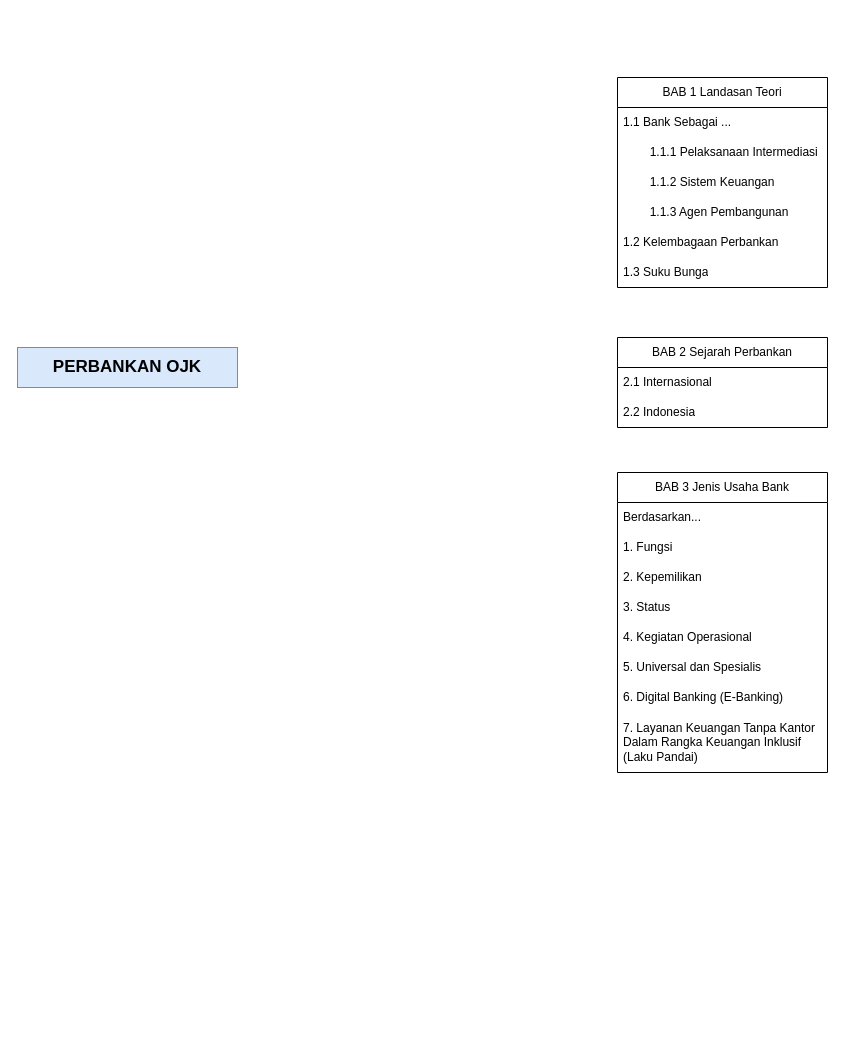
Above: Untitled Diagram.drawio in syahidamd26/perbankan (draw.io), before the change. Source tidied: cells renumbered, new cells numbered last; positions are measured from the earlier drawing's top-left corner, leaving out a move shared by most shapes. Both pictures are drawn from the tidied source at 100%, with x=0, y=0 at pixel (17, 77).
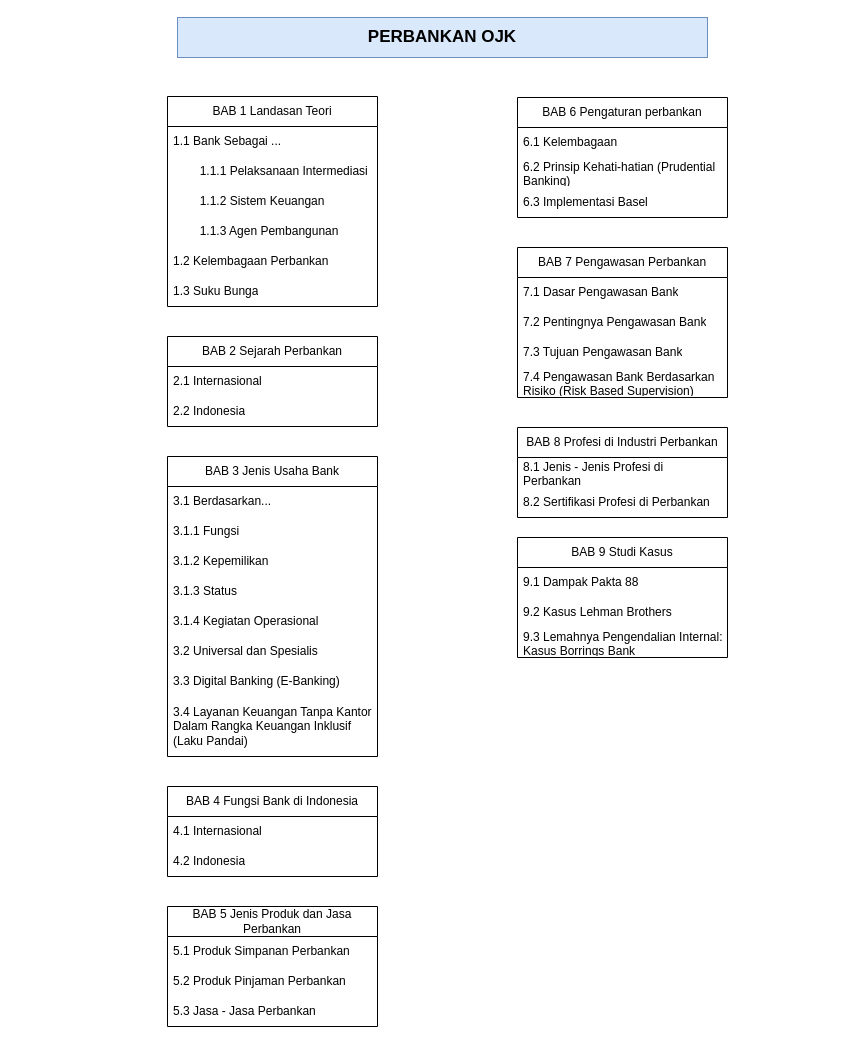
The same page after the edit.

The edit, as a diff of the source:
```diff
@@
     <mxCell id="2" value="&lt;b&gt;&lt;font style=&quot;font-size: 17px;&quot;&gt;PERBANKAN OJK&lt;/font&gt;&lt;/b&gt;" style="text;html=1;align=center;verticalAlign=middle;whiteSpace=wrap;rounded=0;fillColor=#dae8fc;strokeColor=#6c8ebf;" parent="1" vertex="1">
-      <mxGeometry y="270" width="220" height="40" as="geometry" />
+      <mxGeometry x="160" y="-60" width="530" height="40" as="geometry" />
     </mxCell>
+    <mxCell id="22" value="BAB 6 Pengaturan perbankan" style="swimlane;fontStyle=0;horizontal=1;startSize=30;whiteSpace=wrap;html=1;" parent="1" vertex="1">
+      <mxGeometry x="500" y="20" width="210" height="120" as="geometry" />
+    </mxCell>
+    <mxCell id="23" value="6.1 Kelembagaan" style="text;strokeColor=none;fillColor=none;align=left;verticalAlign=middle;spacingLeft=4;spacingRight=4;overflow=hidden;whiteSpace=wrap;html=1;" parent="22" vertex="1">
+      <mxGeometry y="30" width="210" height="30" as="geometry" />
+    </mxCell>
+    <mxCell id="24" value="6.2 Prinsip Kehati-hatian (Prudential Banking)" style="text;strokeColor=none;fillColor=none;align=left;verticalAlign=middle;spacingLeft=4;spacingRight=4;overflow=hidden;whiteSpace=wrap;html=1;" parent="22" vertex="1">
+      <mxGeometry y="60" width="210" height="30" as="geometry" />
+    </mxCell>
+    <mxCell id="25" value="6.3 Implementasi Basel" style="text;strokeColor=none;fillColor=none;align=left;verticalAlign=middle;spacingLeft=4;spacingRight=4;overflow=hidden;whiteSpace=wrap;html=1;" parent="22" vertex="1">
+      <mxGeometry y="90" width="210" height="30" as="geometry" />
+    </mxCell>
+    <mxCell id="26" value="BAB 7 Pengawasan Perbankan" style="swimlane;fontStyle=0;horizontal=1;startSize=30;whiteSpace=wrap;html=1;" parent="1" vertex="1">
+      <mxGeometry x="500" y="170" width="210" height="150" as="geometry" />
+    </mxCell>
+    <mxCell id="27" value="7.1 Dasar Pengawasan Bank" style="text;strokeColor=none;fillColor=none;align=left;verticalAlign=middle;spacingLeft=4;spacingRight=4;overflow=hidden;whiteSpace=wrap;html=1;" parent="26" vertex="1">
+      <mxGeometry y="30" width="210" height="30" as="geometry" />
+    </mxCell>
+    <mxCell id="28" value="7.2 Pentingnya Pengawasan Bank" style="text;strokeColor=none;fillColor=none;align=left;verticalAlign=middle;spacingLeft=4;spacingRight=4;overflow=hidden;whiteSpace=wrap;html=1;" parent="26" vertex="1">
+      <mxGeometry y="60" width="210" height="30" as="geometry" />
+    </mxCell>
+    <mxCell id="29" value="7.3 Tujuan Pengawasan Bank" style="text;strokeColor=none;fillColor=none;align=left;verticalAlign=middle;spacingLeft=4;spacingRight=4;overflow=hidden;whiteSpace=wrap;html=1;" parent="26" vertex="1">
+      <mxGeometry y="90" width="210" height="30" as="geometry" />
+    </mxCell>
+    <mxCell id="30" value="7.4 Pengawasan Bank Berdasarkan Risiko (Risk Based Supervision)" style="text;strokeColor=none;fillColor=none;align=left;verticalAlign=middle;spacingLeft=4;spacingRight=4;overflow=hidden;whiteSpace=wrap;html=1;" parent="26" vertex="1">
+      <mxGeometry y="120" width="210" height="30" as="geometry" />
+    </mxCell>
+    <mxCell id="31" value="BAB 8 Profesi di Industri Perbankan" style="swimlane;fontStyle=0;horizontal=1;startSize=30;whiteSpace=wrap;html=1;" parent="1" vertex="1">
+      <mxGeometry x="500" y="350" width="210" height="90" as="geometry" />
+    </mxCell>
+    <mxCell id="32" value="8.1 Jenis - Jenis Profesi di Perbankan" style="text;strokeColor=none;fillColor=none;align=left;verticalAlign=middle;spacingLeft=4;spacingRight=4;overflow=hidden;whiteSpace=wrap;html=1;" parent="31" vertex="1">
+      <mxGeometry y="30" width="210" height="30" as="geometry" />
+    </mxCell>
+    <mxCell id="33" value="8.2 Sertifikasi Profesi di Perbankan" style="text;strokeColor=none;fillColor=none;align=left;verticalAlign=middle;spacingLeft=4;spacingRight=4;overflow=hidden;whiteSpace=wrap;html=1;" parent="31" vertex="1">
+      <mxGeometry y="60" width="210" height="30" as="geometry" />
+    </mxCell>
     <mxCell id="3" value="BAB 1 Landasan Teori" style="swimlane;fontStyle=0;horizontal=1;startSize=30;whiteSpace=wrap;html=1;" parent="1" vertex="1">
-      <mxGeometry x="600" width="210" height="210" as="geometry" />
+      <mxGeometry x="150" y="19" width="210" height="210" as="geometry" />
     </mxCell>
@@
     <mxCell id="10" value="BAB 2 Sejarah Perbankan" style="swimlane;fontStyle=0;horizontal=1;startSize=30;whiteSpace=wrap;html=1;" parent="1" vertex="1">
-      <mxGeometry x="600" y="260" width="210" height="90" as="geometry" />
+      <mxGeometry x="150" y="259" width="210" height="90" as="geometry" />
     </mxCell>
@@
     <mxCell id="13" value="BAB 3 Jenis Usaha Bank" style="swimlane;fontStyle=0;horizontal=1;startSize=30;whiteSpace=wrap;html=1;" parent="1" vertex="1">
-      <mxGeometry x="600" y="395" width="210" height="300" as="geometry" />
+      <mxGeometry x="150" y="379" width="210" height="300" as="geometry" />
     </mxCell>
-    <mxCell id="14" value="Berdasarkan..." style="text;strokeColor=none;fillColor=none;align=left;verticalAlign=middle;spacingLeft=4;spacingRight=4;overflow=hidden;whiteSpace=wrap;html=1;" parent="13" vertex="1">
-      <mxGeometry y="30" width="210" height="30" as="geometry" />
-    </mxCell>
-    <mxCell id="15" value="1. Fungsi" style="text;strokeColor=none;fillColor=none;align=left;verticalAlign=middle;spacingLeft=4;spacingRight=4;overflow=hidden;whiteSpace=wrap;html=1;" parent="13" vertex="1">
-      <mxGeometry y="60" width="210" height="30" as="geometry" />
-    </mxCell>
-    <mxCell id="16" value="2. Kepemilikan" style="text;strokeColor=none;fillColor=none;align=left;verticalAlign=middle;spacingLeft=4;spacingRight=4;overflow=hidden;whiteSpace=wrap;html=1;" parent="13" vertex="1">
-      <mxGeometry y="90" width="210" height="30" as="geometry" />
-    </mxCell>
-    <mxCell id="17" value="3. Status" style="text;strokeColor=none;fillColor=none;align=left;verticalAlign=middle;spacingLeft=4;spacingRight=4;overflow=hidden;whiteSpace=wrap;html=1;" parent="13" vertex="1">
-      <mxGeometry y="120" width="210" height="30" as="geometry" />
-    </mxCell>
-    <mxCell id="18" value="4. Kegiatan Operasional" style="text;strokeColor=none;fillColor=none;align=left;verticalAlign=middle;spacingLeft=4;spacingRight=4;overflow=hidden;whiteSpace=wrap;html=1;" parent="13" vertex="1">
-      <mxGeometry y="150" width="210" height="30" as="geometry" />
-    </mxCell>
-    <mxCell id="19" value="5. Universal dan Spesialis" style="text;strokeColor=none;fillColor=none;align=left;verticalAlign=middle;spacingLeft=4;spacingRight=4;overflow=hidden;whiteSpace=wrap;html=1;" parent="13" vertex="1">
-      <mxGeometry y="180" width="210" height="30" as="geometry" />
-    </mxCell>
-    <mxCell id="20" value="6. Digital Banking (E-Banking)" style="text;strokeColor=none;fillColor=none;align=left;verticalAlign=middle;spacingLeft=4;spacingRight=4;overflow=hidden;whiteSpace=wrap;html=1;" parent="13" vertex="1">
-      <mxGeometry y="210" width="210" height="30" as="geometry" />
-    </mxCell>
-    <mxCell id="21" value="7. Layanan Keuangan Tanpa Kantor Dalam Rangka Keuangan Inklusif (Laku Pandai)" style="text;strokeColor=none;fillColor=none;align=left;verticalAlign=middle;spacingLeft=4;spacingRight=4;overflow=hidden;whiteSpace=wrap;html=1;" parent="13" vertex="1">
-      <mxGeometry y="240" width="210" height="60" as="geometry" />
-    </mxCell>
+    <mxCell id="34" value="3.1 Berdasarkan..." style="text;strokeColor=none;fillColor=none;align=left;verticalAlign=middle;spacingLeft=4;spacingRight=4;overflow=hidden;whiteSpace=wrap;html=1;" parent="13" vertex="1">
+      <mxGeometry y="30" width="210" height="30" as="geometry" />
+    </mxCell>
+    <mxCell id="35" value="3.1.1 Fungsi" style="text;strokeColor=none;fillColor=none;align=left;verticalAlign=middle;spacingLeft=4;spacingRight=4;overflow=hidden;whiteSpace=wrap;html=1;" parent="13" vertex="1">
+      <mxGeometry y="60" width="210" height="30" as="geometry" />
+    </mxCell>
+    <mxCell id="36" value="3.1.2 Kepemilikan" style="text;strokeColor=none;fillColor=none;align=left;verticalAlign=middle;spacingLeft=4;spacingRight=4;overflow=hidden;whiteSpace=wrap;html=1;" parent="13" vertex="1">
+      <mxGeometry y="90" width="210" height="30" as="geometry" />
+    </mxCell>
+    <mxCell id="37" value="3.1.3 Status" style="text;strokeColor=none;fillColor=none;align=left;verticalAlign=middle;spacingLeft=4;spacingRight=4;overflow=hidden;whiteSpace=wrap;html=1;" parent="13" vertex="1">
+      <mxGeometry y="120" width="210" height="30" as="geometry" />
+    </mxCell>
+    <mxCell id="38" value="3.1.4 Kegiatan Operasional" style="text;strokeColor=none;fillColor=none;align=left;verticalAlign=middle;spacingLeft=4;spacingRight=4;overflow=hidden;whiteSpace=wrap;html=1;" parent="13" vertex="1">
+      <mxGeometry y="150" width="210" height="30" as="geometry" />
+    </mxCell>
+    <mxCell id="39" value="3.2 Universal dan Spesialis" style="text;strokeColor=none;fillColor=none;align=left;verticalAlign=middle;spacingLeft=4;spacingRight=4;overflow=hidden;whiteSpace=wrap;html=1;" parent="13" vertex="1">
+      <mxGeometry y="180" width="210" height="30" as="geometry" />
+    </mxCell>
+    <mxCell id="40" value="3.3 Digital Banking (E-Banking)" style="text;strokeColor=none;fillColor=none;align=left;verticalAlign=middle;spacingLeft=4;spacingRight=4;overflow=hidden;whiteSpace=wrap;html=1;" parent="13" vertex="1">
+      <mxGeometry y="210" width="210" height="30" as="geometry" />
+    </mxCell>
+    <mxCell id="41" value="3.4 Layanan Keuangan Tanpa Kantor Dalam Rangka Keuangan Inklusif (Laku Pandai)" style="text;strokeColor=none;fillColor=none;align=left;verticalAlign=middle;spacingLeft=4;spacingRight=4;overflow=hidden;whiteSpace=wrap;html=1;" parent="13" vertex="1">
+      <mxGeometry y="240" width="210" height="60" as="geometry" />
+    </mxCell>
+    <mxCell id="42" value="BAB 4 Fungsi Bank di Indonesia" style="swimlane;fontStyle=0;horizontal=1;startSize=30;whiteSpace=wrap;html=1;" parent="1" vertex="1">
+      <mxGeometry x="150" y="709" width="210" height="90" as="geometry" />
+    </mxCell>
+    <mxCell id="43" value="4.1 Internasional" style="text;strokeColor=none;fillColor=none;align=left;verticalAlign=middle;spacingLeft=4;spacingRight=4;overflow=hidden;whiteSpace=wrap;html=1;" parent="42" vertex="1">
+      <mxGeometry y="30" width="210" height="30" as="geometry" />
+    </mxCell>
+    <mxCell id="44" value="4.2 Indonesia" style="text;strokeColor=none;fillColor=none;align=left;verticalAlign=middle;spacingLeft=4;spacingRight=4;overflow=hidden;whiteSpace=wrap;html=1;" parent="42" vertex="1">
+      <mxGeometry y="60" width="210" height="30" as="geometry" />
+    </mxCell>
+    <mxCell id="45" value="BAB 5 Jenis Produk dan Jasa Perbankan" style="swimlane;fontStyle=0;horizontal=1;startSize=30;whiteSpace=wrap;html=1;" parent="1" vertex="1">
+      <mxGeometry x="150" y="829" width="210" height="120" as="geometry" />
+    </mxCell>
+    <mxCell id="46" value="5.1 Produk Simpanan Perbankan" style="text;strokeColor=none;fillColor=none;align=left;verticalAlign=middle;spacingLeft=4;spacingRight=4;overflow=hidden;whiteSpace=wrap;html=1;" parent="45" vertex="1">
+      <mxGeometry y="30" width="210" height="30" as="geometry" />
+    </mxCell>
+    <mxCell id="47" value="5.2 Produk Pinjaman Perbankan" style="text;strokeColor=none;fillColor=none;align=left;verticalAlign=middle;spacingLeft=4;spacingRight=4;overflow=hidden;whiteSpace=wrap;html=1;" parent="45" vertex="1">
+      <mxGeometry y="60" width="210" height="30" as="geometry" />
+    </mxCell>
+    <mxCell id="48" value="5.3 Jasa - Jasa Perbankan" style="text;strokeColor=none;fillColor=none;align=left;verticalAlign=middle;spacingLeft=4;spacingRight=4;overflow=hidden;whiteSpace=wrap;html=1;" parent="45" vertex="1">
+      <mxGeometry y="90" width="210" height="30" as="geometry" />
+    </mxCell>
+    <mxCell id="49" value="BAB 9 Studi Kasus" style="swimlane;fontStyle=0;horizontal=1;startSize=30;whiteSpace=wrap;html=1;" parent="1" vertex="1">
+      <mxGeometry x="500" y="460" width="210" height="120" as="geometry" />
+    </mxCell>
+    <mxCell id="50" value="9.1 Dampak Pakta 88&amp;nbsp;" style="text;strokeColor=none;fillColor=none;align=left;verticalAlign=middle;spacingLeft=4;spacingRight=4;overflow=hidden;whiteSpace=wrap;html=1;" parent="49" vertex="1">
+      <mxGeometry y="30" width="210" height="30" as="geometry" />
+    </mxCell>
+    <mxCell id="51" value="9.2 Kasus Lehman Brothers" style="text;strokeColor=none;fillColor=none;align=left;verticalAlign=middle;spacingLeft=4;spacingRight=4;overflow=hidden;whiteSpace=wrap;html=1;" parent="49" vertex="1">
+      <mxGeometry y="60" width="210" height="30" as="geometry" />
+    </mxCell>
+    <mxCell id="52" value="9.3 Lemahnya Pengendalian Internal:&lt;div&gt;Kasus Borrings Bank&lt;/div&gt;" style="text;strokeColor=none;fillColor=none;align=left;verticalAlign=middle;spacingLeft=4;spacingRight=4;overflow=hidden;whiteSpace=wrap;html=1;" parent="49" vertex="1">
+      <mxGeometry y="90" width="210" height="30" as="geometry" />
+    </mxCell>
```
